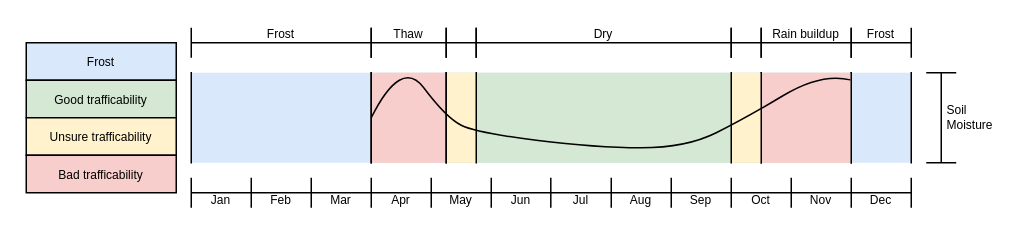
This is yearlytimeline.drawio from skogkursbachelor/diagrams, a draw.io file, before an edit. Source tidied: cells renumbered, new cells numbered last; positions are measured from the earlier drawing's top-left corner, leaving out a move shared by most shapes. Both pictures are drawn from the tidied source at 150%, with x=0, y=0 at pixel (26, 27).
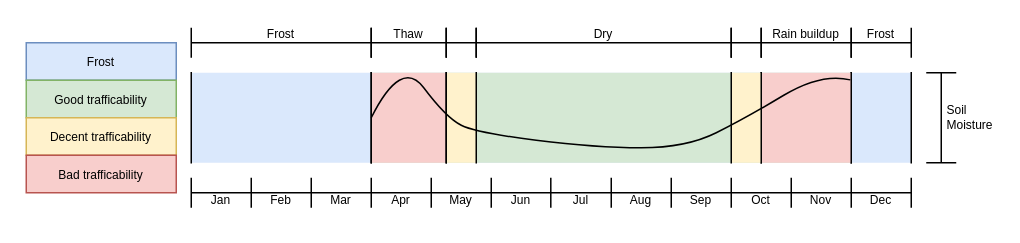
After the change.

The edit, as a diff of the source:
```diff
@@
-    <mxCell id="42" style="group;" parent="1" vertex="1">
+    <mxCell id="42" style="group;strokeColor=none;" parent="1" vertex="1">
       <mxGeometry y="10" width="100" height="100" as="geometry" />
     </mxCell>
-    <mxCell id="43" value="&lt;font&gt;Frost&lt;/font&gt;" style="rounded=0;whiteSpace=wrap;html=1;fillColor=#dae8fc;strokeColor=default;fontSize=8;" parent="42" vertex="1">
+    <mxCell id="43" value="&lt;font&gt;Frost&lt;/font&gt;" style="rounded=0;whiteSpace=wrap;html=1;fillColor=#dae8fc;strokeColor=#6c8ebf;fontSize=8;" parent="42" vertex="1">
       <mxGeometry width="100" height="25" as="geometry" />
     </mxCell>
-    <mxCell id="44" value="&lt;font&gt;Good trafficability&lt;/font&gt;" style="rounded=0;whiteSpace=wrap;html=1;fillColor=#d5e8d4;strokeColor=default;fontSize=8;" parent="42" vertex="1">
+    <mxCell id="44" value="&lt;font&gt;Good trafficability&lt;/font&gt;" style="rounded=0;whiteSpace=wrap;html=1;fillColor=#d5e8d4;strokeColor=#82b366;fontSize=8;" parent="42" vertex="1">
       <mxGeometry y="25" width="100" height="25" as="geometry" />
     </mxCell>
-    <mxCell id="45" value="&lt;font&gt;Unsure trafficability&lt;/font&gt;" style="rounded=0;whiteSpace=wrap;html=1;fillColor=#fff2cc;strokeColor=default;fontSize=8;" parent="42" vertex="1">
+    <mxCell id="45" value="&lt;font&gt;Decent trafficability&lt;/font&gt;" style="rounded=0;whiteSpace=wrap;html=1;fillColor=#fff2cc;strokeColor=#d6b656;fontSize=8;" parent="42" vertex="1">
       <mxGeometry y="50" width="100" height="25" as="geometry" />
     </mxCell>
-    <mxCell id="46" value="&lt;font&gt;Bad trafficability&lt;/font&gt;" style="rounded=0;whiteSpace=wrap;html=1;fillColor=#f8cecc;strokeColor=default;fontSize=8;" parent="42" vertex="1">
+    <mxCell id="46" value="&lt;font&gt;Bad trafficability&lt;/font&gt;" style="rounded=0;whiteSpace=wrap;html=1;fillColor=#f8cecc;strokeColor=#b85450;fontSize=8;" parent="42" vertex="1">
       <mxGeometry y="75" width="100" height="25" as="geometry" />
     </mxCell>
```
